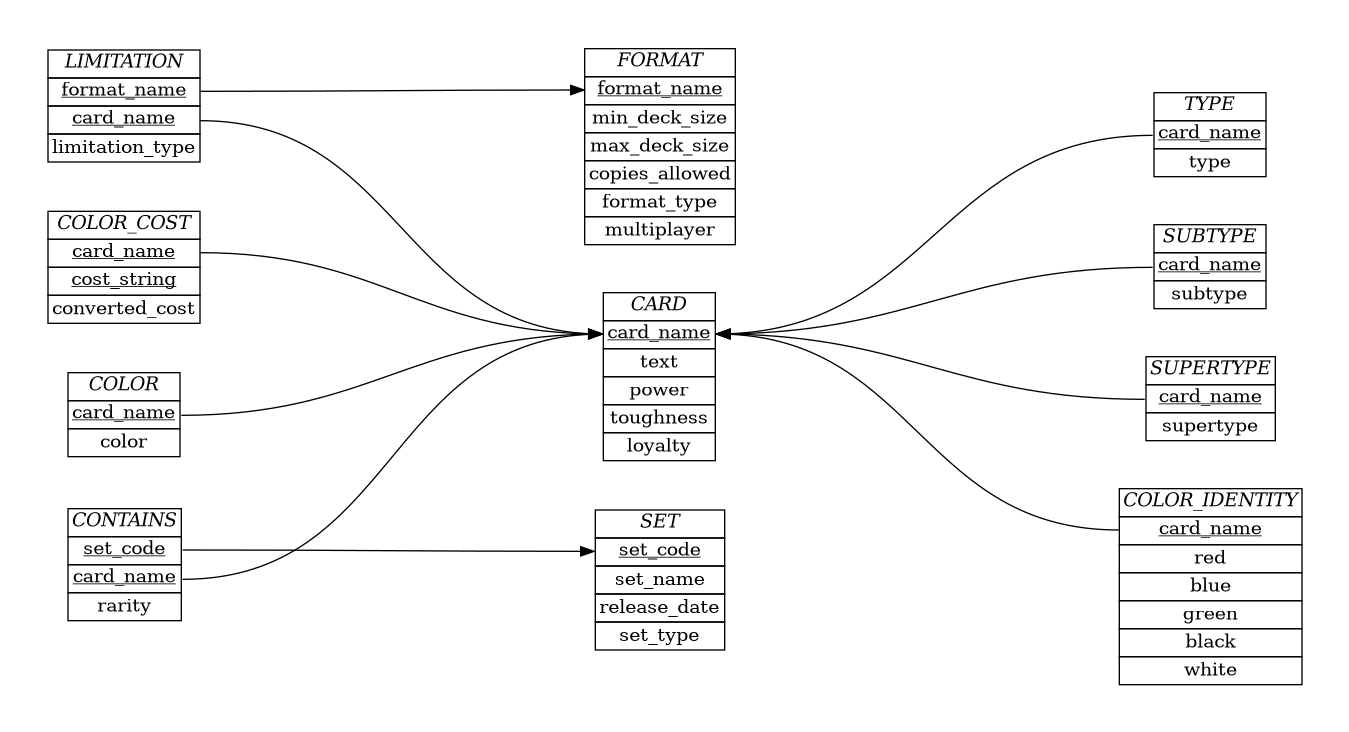
Before: schema/ER_diagram.png, a diagram exported from Graphviz (akilmarshall/trumark). Its source is kept beside it as schema/ER_diagram.dot.
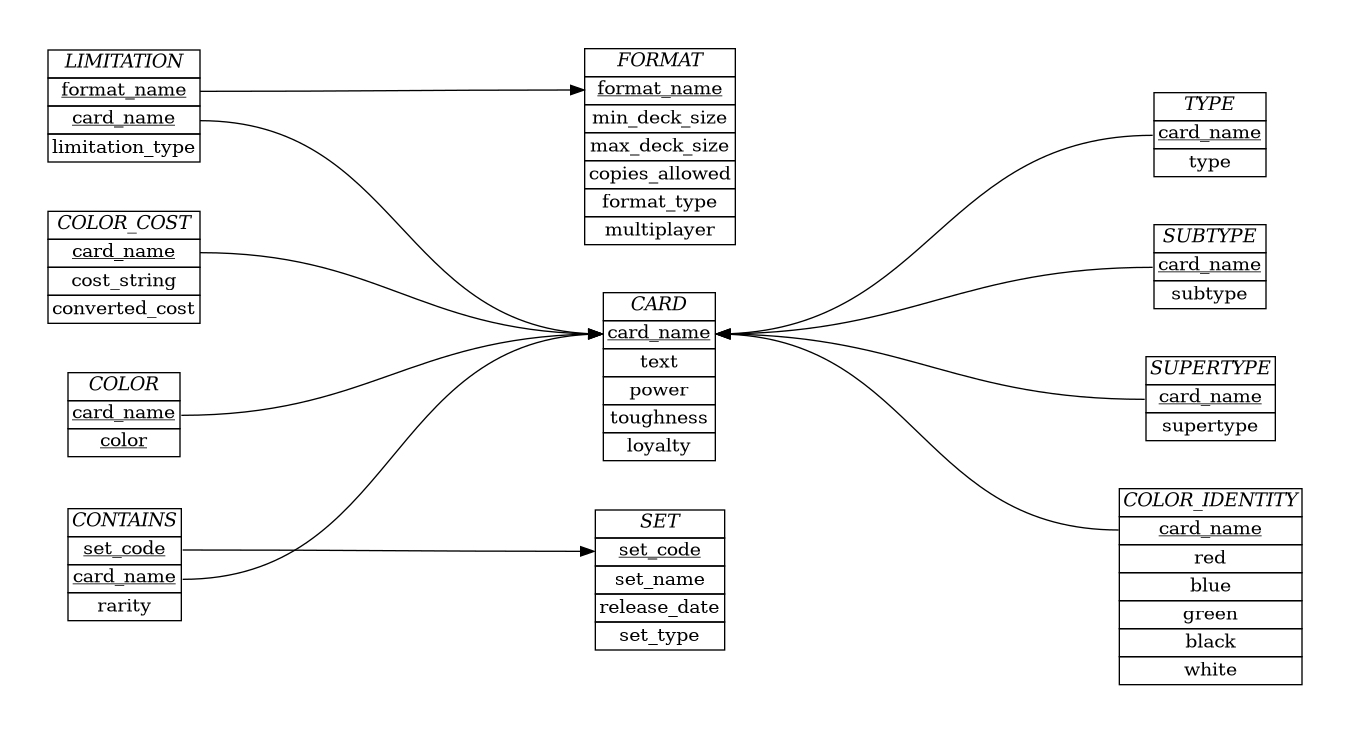
After the change.

Change to the diagram source:
```diff
@@ -84,7 +84,7 @@
         <table border="0" cellborder="1" cellspacing="0">
         <tr><td><i>COLOR_COST</i></td></tr>
         <tr><td port="1"><u>card_name</u></td></tr>
-        <tr><td port="2"><u>cost_string</u></td></tr>
+        <tr><td port="2">cost_string</td></tr>
         <tr><td port="9">converted_cost</td></tr>
         </table>>];
 
@@ -92,7 +92,7 @@
         <table border="0" cellborder="1" cellspacing="0">
         <tr><td><i>COLOR</i></td></tr>
         <tr><td port="1"><u>card_name</u></td></tr>
-        <tr><td port="2">color</td></tr>
+        <tr><td port="2"><u>color</u></td></tr>
         </table>>];
 
 
```
